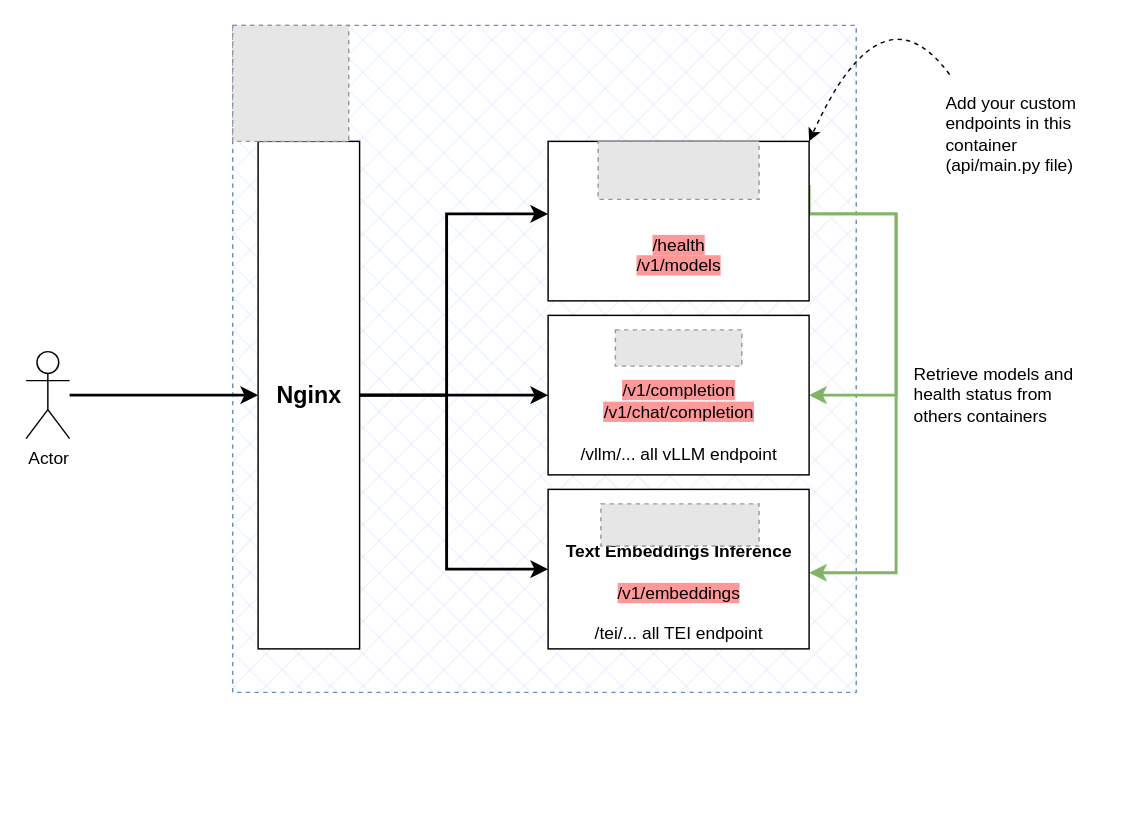
This is assets/vllmembeddings.drawio from etalab-ia/albert-models, a draw.io file, before an edit. Source tidied: cells renumbered, new cells numbered last; positions are measured from the earlier drawing's top-left corner, leaving out a move shared by most shapes. Both pictures are drawn from the tidied source at 145%, with x=0, y=0 at pixel (26, -19). Pictures stored in the file or linked from it are replaced by grey dashed boxes.
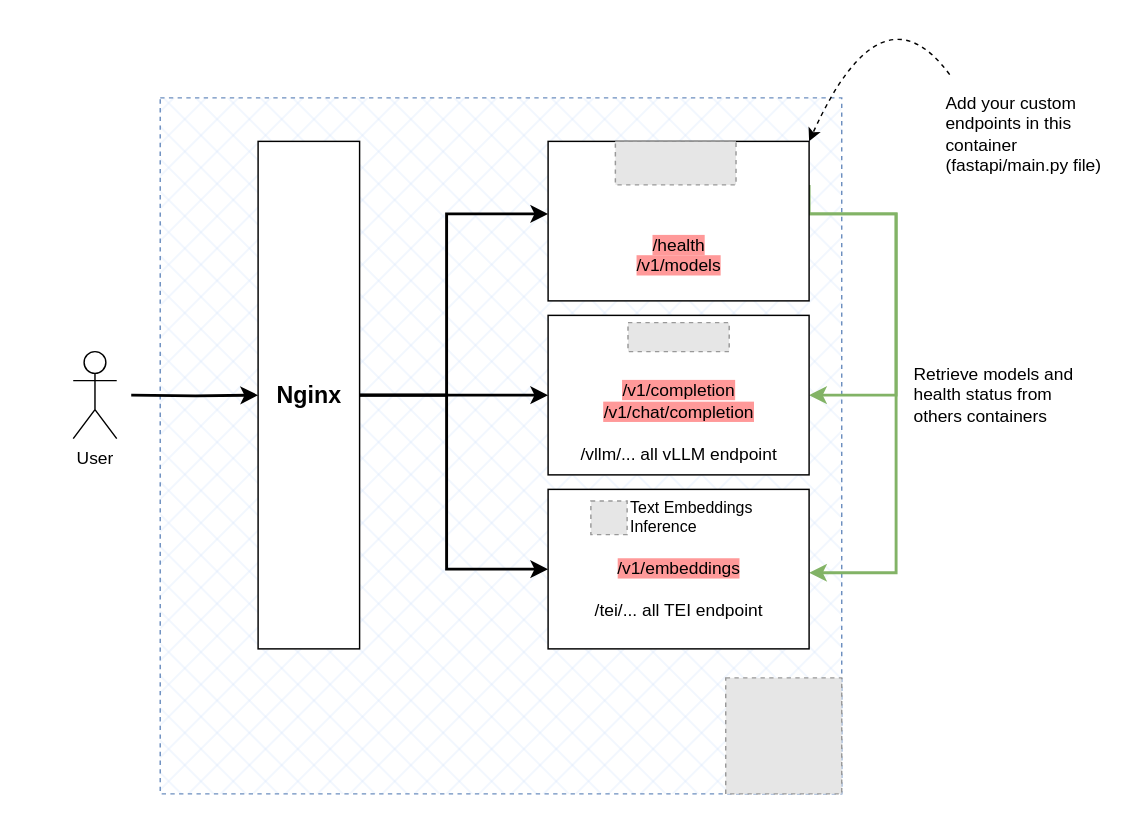
The same page after the edit.

The change refers to these unchanged cells:
```xml
<mxCell id="6" value="&lt;font style=&quot;font-size: 16px;&quot;&gt;&lt;b&gt;Nginx&lt;/b&gt;&lt;/font&gt;" style="rounded=0;whiteSpace=wrap;html=1;verticalAlign=middle;" parent="1" vertex="1">
  <mxGeometry x="159.5" y="110" width="70" height="350" as="geometry" />
</mxCell>
```

Change to the diagram source:
```diff
@@
     <mxCell id="2" style="rounded=0;whiteSpace=wrap;html=1;fillColor=#dae8fc;dashed=1;strokeColor=#6c8ebf;gradientColor=none;fillStyle=cross-hatch;" parent="1" vertex="1">
-      <mxGeometry x="142" y="30" width="430" height="460" as="geometry" />
+      <mxGeometry x="92" y="80" width="470" height="480" as="geometry" />
     </mxCell>
@@
-    <mxCell id="11" value="&lt;div&gt;&lt;b&gt;&lt;font style=&quot;font-size: 12px;&quot;&gt;&lt;br&gt;&lt;/font&gt;&lt;/b&gt;&lt;/div&gt;&lt;b&gt;&lt;font style=&quot;font-size: 12px;&quot;&gt;&lt;div&gt;&lt;b&gt;&lt;font style=&quot;font-size: 12px;&quot;&gt;&lt;br&gt;&lt;/font&gt;&lt;/b&gt;&lt;/div&gt;Text Embeddings Inference&lt;/font&gt;&lt;/b&gt;&lt;div&gt;&lt;br&gt;&lt;/div&gt;&lt;div&gt;&lt;font style=&quot;font-size: 12px; background-color: rgb(255, 153, 153);&quot;&gt;/v1/embeddings&lt;/font&gt;&lt;/div&gt;&lt;div&gt;&lt;font style=&quot;font-size: 12px;&quot;&gt;&lt;br&gt;&lt;/font&gt;&lt;/div&gt;&lt;div&gt;/tei/... all TEI endpoint&lt;/div&gt;" style="rounded=0;whiteSpace=wrap;html=1;verticalAlign=top;" parent="1" vertex="1">
+    <mxCell id="11" value="&lt;div style=&quot;text-align: left; font-size: 11px;&quot;&gt;&lt;span style=&quot;background-color: initial;&quot;&gt;&lt;font style=&quot;font-size: 11px;&quot;&gt;&lt;span style=&quot;white-space: pre;&quot;&gt;&#9;&lt;/span&gt;Text Embeddings&amp;nbsp;&lt;/font&gt;&lt;/span&gt;&lt;/div&gt;&lt;div style=&quot;text-align: left; font-size: 11px;&quot;&gt;&lt;span style=&quot;background-color: initial;&quot;&gt;&lt;font style=&quot;font-size: 11px;&quot;&gt;&lt;span style=&quot;white-space: pre;&quot;&gt;&#9;&lt;/span&gt;Inference&lt;/font&gt;&lt;/span&gt;&lt;/div&gt;&lt;div&gt;&lt;div&gt;&lt;br&gt;&lt;/div&gt;&lt;div&gt;&lt;font style=&quot;font-size: 12px; background-color: rgb(255, 153, 153);&quot;&gt;/v1/embeddings&lt;/font&gt;&lt;/div&gt;&lt;div&gt;&lt;font style=&quot;font-size: 12px;&quot;&gt;&lt;br&gt;&lt;/font&gt;&lt;/div&gt;&lt;div&gt;/tei/... all TEI endpoint&lt;/div&gt;&lt;/div&gt;" style="rounded=0;whiteSpace=wrap;html=1;verticalAlign=top;" parent="1" vertex="1">
       <mxGeometry x="359.5" y="350" width="180" height="110" as="geometry" />
     </mxCell>
-    <mxCell id="12" style="edgeStyle=orthogonalEdgeStyle;rounded=0;jettySize=auto;html=1;entryX=0;entryY=0.5;entryDx=0;entryDy=0;strokeWidth=2;" parent="1" edge="1" source="13" target="6">
-      <mxGeometry relative="1" as="geometry" />
+    <mxCell id="12" style="edgeStyle=orthogonalEdgeStyle;rounded=0;jettySize=auto;html=1;entryX=0;entryY=0.5;entryDx=0;entryDy=0;strokeWidth=2;" parent="1" edge="1" target="6">
+      <mxGeometry relative="1" as="geometry">
+        <mxPoint x="72" y="285" as="sourcePoint" />
+      </mxGeometry>
     </mxCell>
-    <mxCell id="13" value="Actor" style="shape=umlActor;verticalLabelPosition=bottom;verticalAlign=top;html=1;outlineConnect=0;" parent="1" vertex="1">
-      <mxGeometry x="-0.5" y="255" width="30" height="60" as="geometry" />
+    <mxCell id="13" value="User" style="shape=umlActor;verticalLabelPosition=bottom;verticalAlign=top;html=1;outlineConnect=0;" parent="1" vertex="1">
+      <mxGeometry x="32" y="255" width="30" height="60" as="geometry" />
     </mxCell>
@@
-    <mxCell id="16" value="Add your custom endpoints in this container (api/main.py file)" style="text;html=1;align=left;verticalAlign=middle;whiteSpace=wrap;rounded=0;" parent="1" vertex="1">
+    <mxCell id="16" value="Add your custom endpoints in this container (fastapi/main.py file)" style="text;html=1;align=left;verticalAlign=middle;whiteSpace=wrap;rounded=0;" parent="1" vertex="1">
       <mxGeometry x="632" y="70" width="120" height="70" as="geometry" />
     </mxCell>
     <mxCell id="17" style="fillColor=#E6E6E6;strokeColor=#999999;dashed=1;verticalLabelPosition=bottom;labelBackgroundColor=default;verticalAlign=top;" parent="1" vertex="1">
-      <mxGeometry x="142" y="30" width="80" height="80" as="geometry" />
+      <mxGeometry x="482" y="480" width="80" height="80" as="geometry" />
     </mxCell>
     <mxCell id="18" style="fillColor=#E6E6E6;strokeColor=#999999;dashed=1;verticalLabelPosition=bottom;labelBackgroundColor=default;verticalAlign=top;" parent="1" vertex="1">
-      <mxGeometry x="405.9" y="240" width="87.2" height="25" as="geometry" />
+      <mxGeometry x="414.6" y="235" width="69.8" height="20" as="geometry" />
     </mxCell>
     <mxCell id="19" style="fillColor=#E6E6E6;strokeColor=#999999;dashed=1;verticalLabelPosition=bottom;labelBackgroundColor=default;verticalAlign=top;" parent="1" vertex="1">
-      <mxGeometry x="394" y="110" width="111" height="40" as="geometry" />
+      <mxGeometry x="405.9" y="110" width="83.2" height="30" as="geometry" />
     </mxCell>
-    <mxCell id="20" style="fillColor=#E6E6E6;strokeColor=#999999;dashed=1;verticalLabelPosition=bottom;labelBackgroundColor=default;verticalAlign=top;" parent="1" vertex="1">
-      <mxGeometry x="395.9" y="360" width="109.1" height="29" as="geometry" />
-    </mxCell>
+    <mxCell id="21" style="fillColor=#E6E6E6;strokeColor=#999999;dashed=1;verticalLabelPosition=bottom;labelBackgroundColor=default;verticalAlign=top;" parent="1" vertex="1">
+      <mxGeometry x="389" y="358" width="25" height="23.2" as="geometry" />
+    </mxCell>
```
